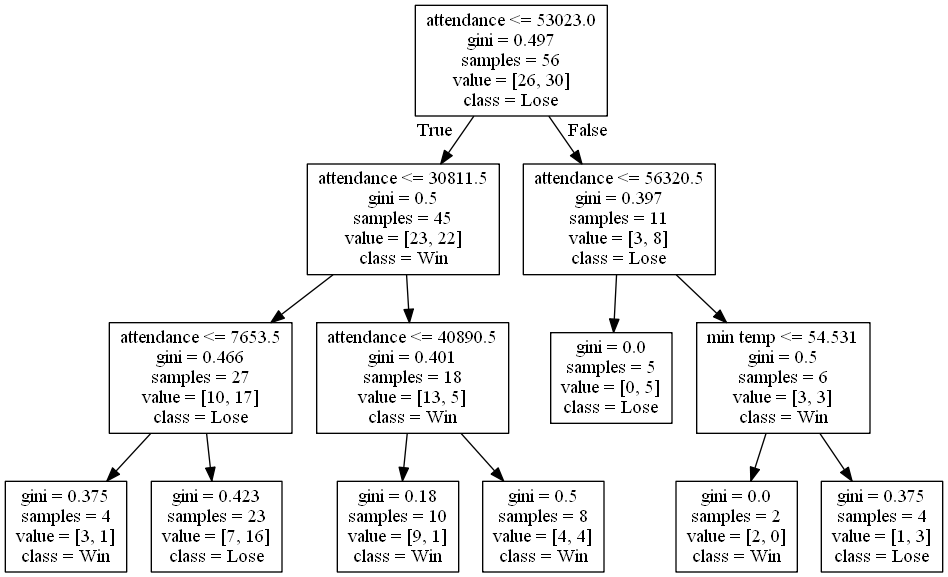
This is DecisionTrees/decision_tree_no_score1.png from alexana-steck/CSE482Project, a Graphviz export, as it was before one commit. Its source is kept beside it as DecisionTrees/decision_tree_no_score1.dot.
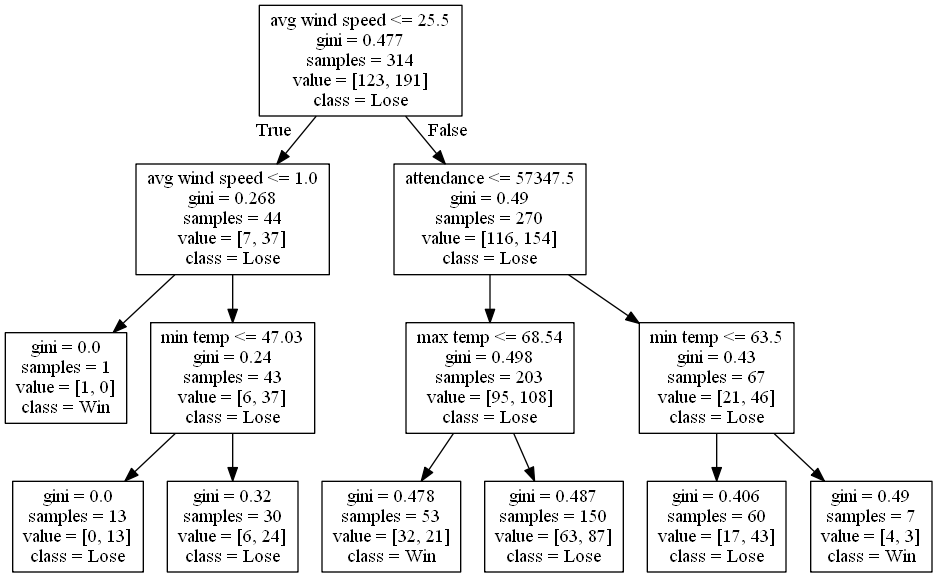
Above is the later version.

The edit, as a diff of the source:
```diff
@@ -1,28 +1,28 @@
 digraph Tree {
 node [shape=box] ;
-0 [label="attendance <= 53023.0\ngini = 0.497\nsamples = 56\nvalue = [26, 30]\nclass = Lose"] ;
-1 [label="attendance <= 30811.5\ngini = 0.5\nsamples = 45\nvalue = [23, 22]\nclass = Win"] ;
+0 [label="avg wind speed <= 25.5\ngini = 0.477\nsamples = 314\nvalue = [123, 191]\nclass = Lose"] ;
+1 [label="avg wind speed <= 1.0\ngini = 0.268\nsamples = 44\nvalue = [7, 37]\nclass = Lose"] ;
 0 -> 1 [labeldistance=2.5, labelangle=45, headlabel="True"] ;
-2 [label="attendance <= 7653.5\ngini = 0.466\nsamples = 27\nvalue = [10, 17]\nclass = Lose"] ;
+2 [label="gini = 0.0\nsamples = 1\nvalue = [1, 0]\nclass = Win"] ;
 1 -> 2 ;
-3 [label="gini = 0.375\nsamples = 4\nvalue = [3, 1]\nclass = Win"] ;
-2 -> 3 ;
-4 [label="gini = 0.423\nsamples = 23\nvalue = [7, 16]\nclass = Lose"] ;
-2 -> 4 ;
-5 [label="attendance <= 40890.5\ngini = 0.401\nsamples = 18\nvalue = [13, 5]\nclass = Win"] ;
-1 -> 5 ;
-6 [label="gini = 0.18\nsamples = 10\nvalue = [9, 1]\nclass = Win"] ;
-5 -> 6 ;
-7 [label="gini = 0.5\nsamples = 8\nvalue = [4, 4]\nclass = Win"] ;
-5 -> 7 ;
-8 [label="attendance <= 56320.5\ngini = 0.397\nsamples = 11\nvalue = [3, 8]\nclass = Lose"] ;
-0 -> 8 [labeldistance=2.5, labelangle=-45, headlabel="False"] ;
-9 [label="gini = 0.0\nsamples = 5\nvalue = [0, 5]\nclass = Lose"] ;
-8 -> 9 ;
-10 [label="min temp <= 54.531\ngini = 0.5\nsamples = 6\nvalue = [3, 3]\nclass = Win"] ;
-8 -> 10 ;
-11 [label="gini = 0.0\nsamples = 2\nvalue = [2, 0]\nclass = Win"] ;
+3 [label="min temp <= 47.03\ngini = 0.24\nsamples = 43\nvalue = [6, 37]\nclass = Lose"] ;
+1 -> 3 ;
+4 [label="gini = 0.0\nsamples = 13\nvalue = [0, 13]\nclass = Lose"] ;
+3 -> 4 ;
+5 [label="gini = 0.32\nsamples = 30\nvalue = [6, 24]\nclass = Lose"] ;
+3 -> 5 ;
+6 [label="attendance <= 57347.5\ngini = 0.49\nsamples = 270\nvalue = [116, 154]\nclass = Lose"] ;
+0 -> 6 [labeldistance=2.5, labelangle=-45, headlabel="False"] ;
+7 [label="max temp <= 68.54\ngini = 0.498\nsamples = 203\nvalue = [95, 108]\nclass = Lose"] ;
+6 -> 7 ;
+8 [label="gini = 0.478\nsamples = 53\nvalue = [32, 21]\nclass = Win"] ;
+7 -> 8 ;
+9 [label="gini = 0.487\nsamples = 150\nvalue = [63, 87]\nclass = Lose"] ;
+7 -> 9 ;
+10 [label="min temp <= 63.5\ngini = 0.43\nsamples = 67\nvalue = [21, 46]\nclass = Lose"] ;
+6 -> 10 ;
+11 [label="gini = 0.406\nsamples = 60\nvalue = [17, 43]\nclass = Lose"] ;
 10 -> 11 ;
-12 [label="gini = 0.375\nsamples = 4\nvalue = [1, 3]\nclass = Lose"] ;
+12 [label="gini = 0.49\nsamples = 7\nvalue = [4, 3]\nclass = Win"] ;
 10 -> 12 ;
 }
```
